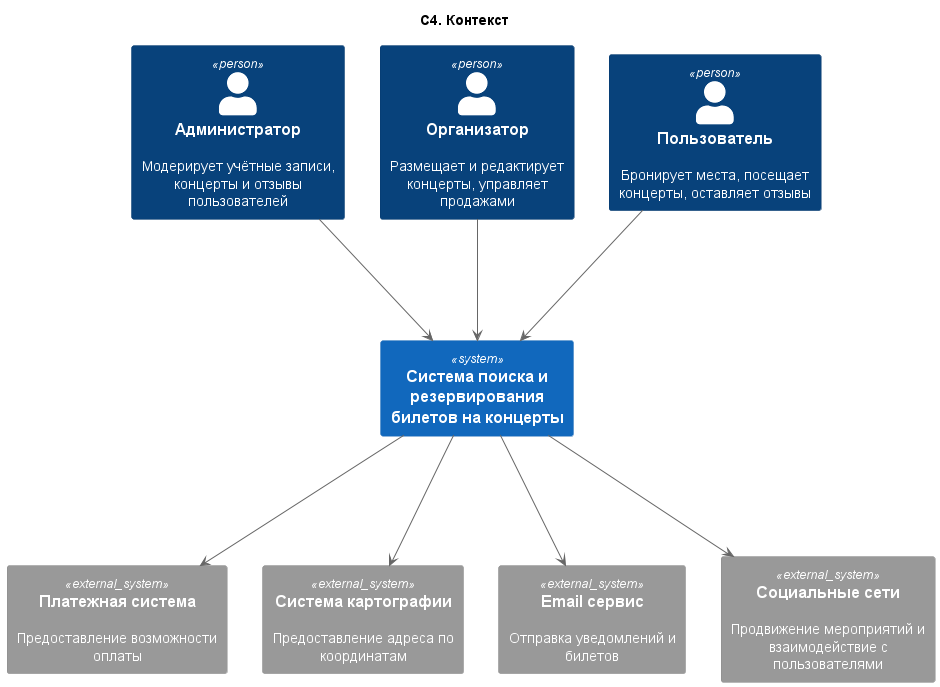
This is out/2. Технический проект/1_context/C4. Контекст.png from amfunNylord/rtpo, a PlantUML export, as it was before one commit.
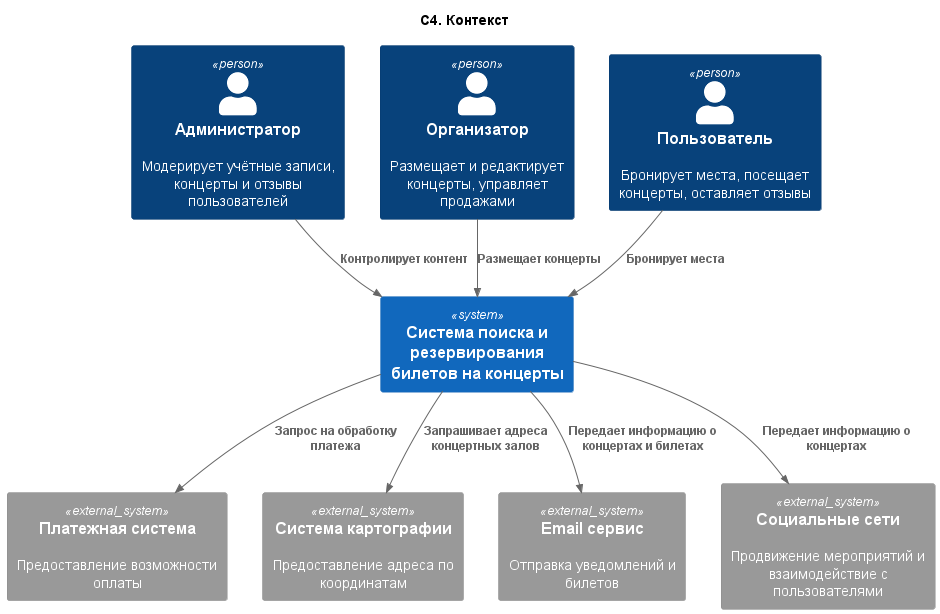
The same file after the commit.

Commit message:
Добавил названия стрелок в контексте

What changed in the source:
```diff
@@ -8,19 +8,18 @@
 Person(organizer, "Организатор", "Размещает и редактирует концерты, управляет продажами")
 Person(user, "Пользователь", "Бронирует места, посещает концерты, оставляет отзывы")
 
-System(concertSystem, "Система поиска и резервирования билетов на концерты")
-admin ---> concertSystem
-organizer ---> concertSystem
-user ---> concertSystem
+System(concert_system, "Система поиска и резервирования билетов на концерты")
+Rel(admin, concert_system, "Контролирует контент")
+Rel(organizer, concert_system, "Размещает концерты")
+Rel(user, concert_system, "Бронирует места")
 
-System_Ext(payment, "Платежная система", "Предоставление возможности оплаты")
-System_Ext(map, "Система картографии", "Предоставление адреса по координатам")
-System_Ext(email, "Email сервис", "Отправка уведомлений и билетов")
-System_Ext(socials, "Социальные сети", "Продвижение мероприятий и взаимодействие с пользователями")
+System_Ext(payment_system, "Платежная система", "Предоставление возможности оплаты")
+System_Ext(map_system, "Система картографии", "Предоставление адреса по координатам")
+System_Ext(email_system, "Email сервис", "Отправка уведомлений и билетов")
+System_Ext(socials_system, "Социальные сети", "Продвижение мероприятий и взаимодействие с пользователями")
 
-concertSystem ---> payment
-concertSystem ---> map
-concertSystem ---> email
-concertSystem ---> socials
-
+Rel(concert_system, payment_system, "Запрос на обработку платежа")
+Rel(concert_system, map_system, "Запрашивает адреса концертных залов")
+Rel(concert_system, email_system, "Передает информацию о концертах и билетах")
+Rel(concert_system, socials_system, "Передает информацию о концертах")
 @enduml
```
